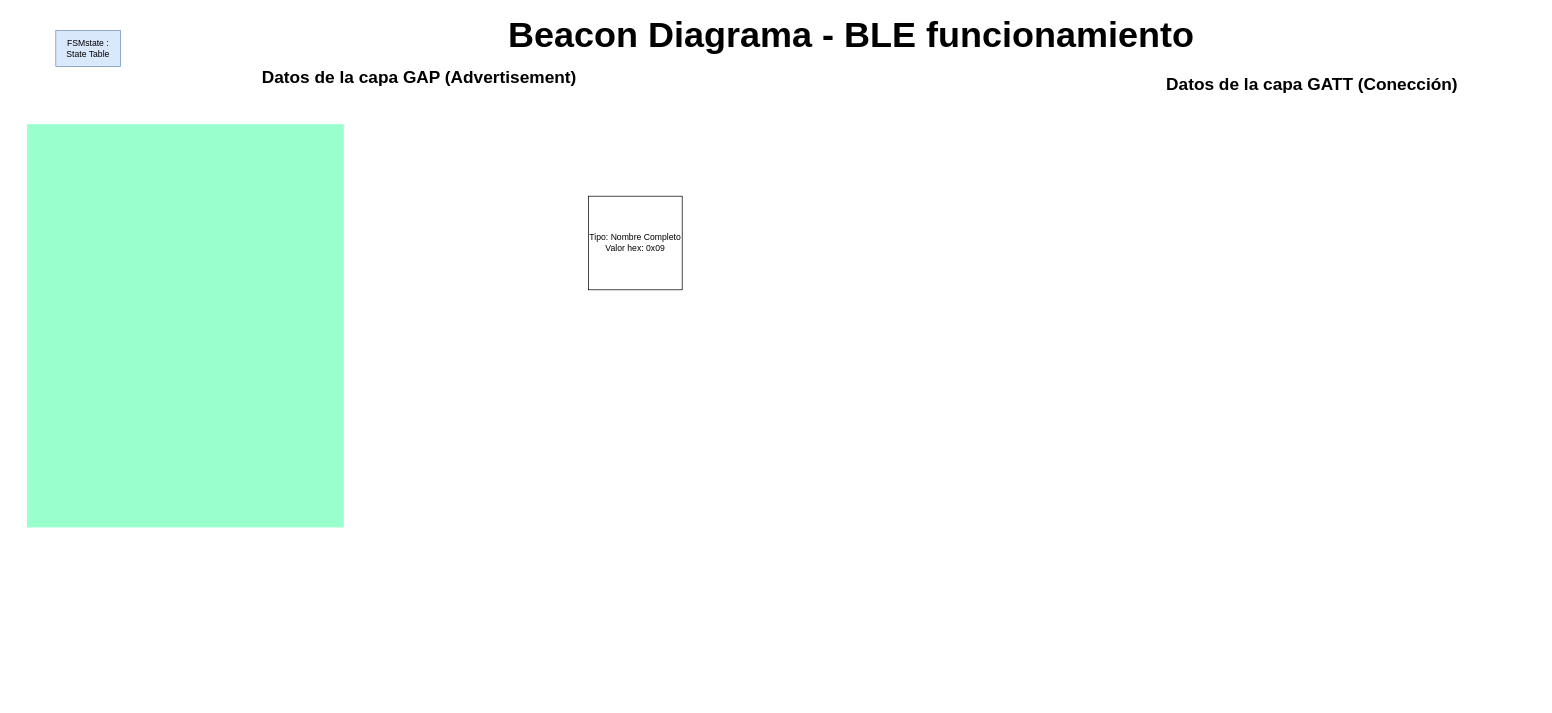
This is BLE_funcionamiento/Bloques_funcionamiento_BLE.drawio from NelsonDavila/Beacon_Diagramas, a draw.io file, before an edit. Source tidied: cells renumbered, new cells numbered last; positions are measured from the earlier drawing's top-left corner, leaving out a move shared by most shapes. Both pictures are drawn from the tidied source at 72%, with x=0, y=0 at pixel (27, 16).
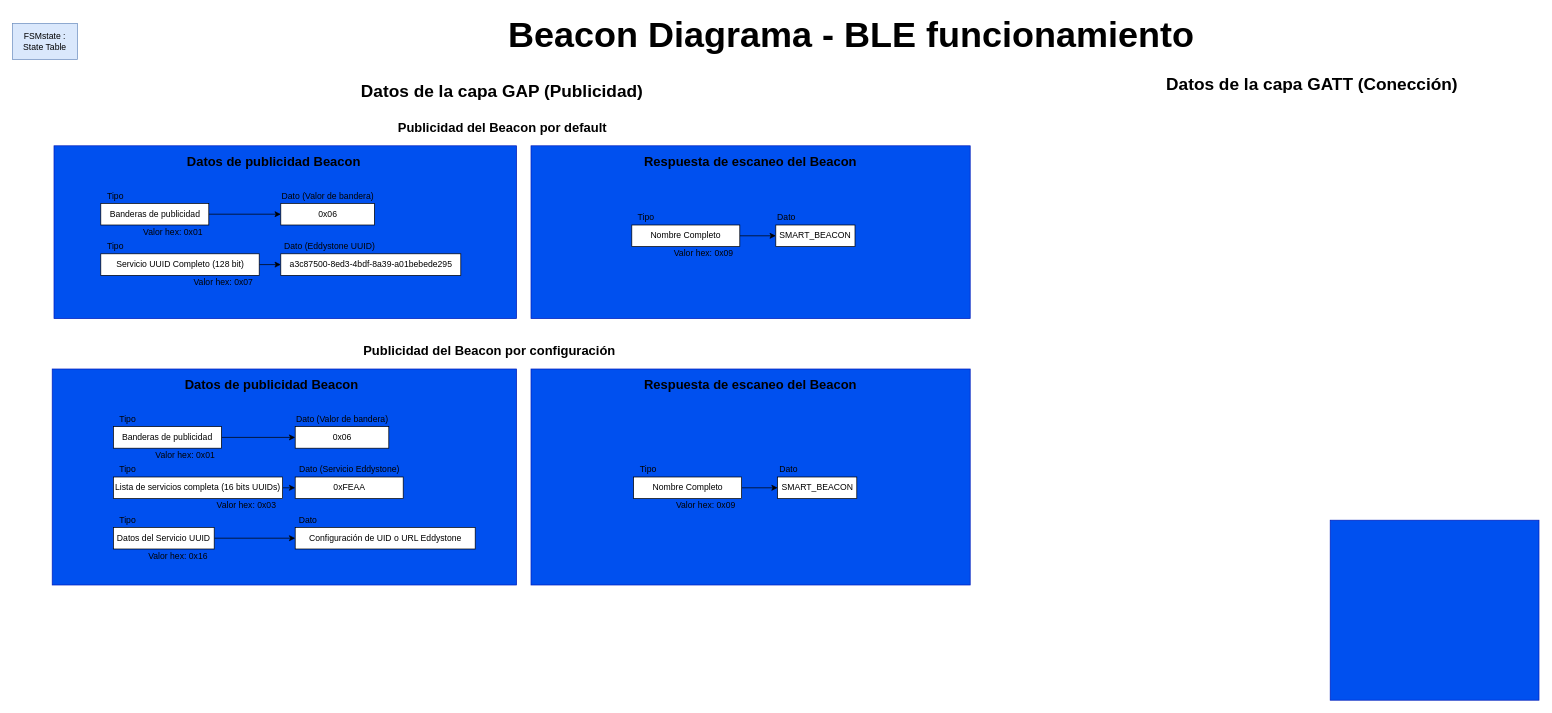
The same page after the edit.

Commit message:
Explicaion de la capa GAP en Beacon

Diff of the diagram source:
```diff
@@
+    <mxCell id="8" style="rounded=0;whiteSpace=wrap;html=1;fillColor=light-dark(#0050EF,#14273A);strokeColor=#001DBC;fontColor=#ffffff;" parent="1" vertex="1">
+      <mxGeometry x="700" y="180" width="610" height="240" as="geometry" />
+    </mxCell>
-    <mxCell id="2" style="rounded=0;whiteSpace=wrap;html=1;fillColor=#99FFCC;strokeColor=none;" parent="1" vertex="1">
-      <mxGeometry y="150" width="440" height="560" as="geometry" />
+    <mxCell id="2" style="rounded=0;whiteSpace=wrap;html=1;fillColor=light-dark(#0050EF,#14273A);strokeColor=#001DBC;fontColor=#ffffff;" parent="1" vertex="1">
+      <mxGeometry x="37.5" y="180" width="642.5" height="240" as="geometry" />
     </mxCell>
@@
     <mxCell id="4" value="FSMstate : State Table" style="rounded=0;whiteSpace=wrap;html=1;fillColor=#dae8fc;strokeColor=#6c8ebf;" parent="1" vertex="1">
-      <mxGeometry x="40" y="20" width="90" height="50" as="geometry" />
+      <mxGeometry x="-20" y="10" width="90" height="50" as="geometry" />
     </mxCell>
-    <mxCell id="5" value="&lt;font style=&quot;font-size: 24px;&quot;&gt;Datos de la capa GAP (Advertisement)&lt;/font&gt;" style="text;html=1;align=center;verticalAlign=middle;whiteSpace=wrap;rounded=0;fontSize=50;fontStyle=1;" parent="1" vertex="1">
-      <mxGeometry x="310" y="60" width="470" height="30" as="geometry" />
+    <mxCell id="5" value="&lt;font style=&quot;font-size: 24px;&quot;&gt;Datos de la capa GAP (Publicidad)&lt;/font&gt;" style="text;html=1;align=center;verticalAlign=middle;whiteSpace=wrap;rounded=0;fontSize=50;fontStyle=1;" parent="1" vertex="1">
+      <mxGeometry x="425" y="80" width="470" height="30" as="geometry" />
     </mxCell>
@@
-    <mxCell id="7" value="Tipo: Nombre Completo&lt;div&gt;Valor hex: 0x09&lt;/div&gt;" style="whiteSpace=wrap;html=1;fillColor=light-dark(#FFFFFF,#000099);" parent="1" vertex="1">
-      <mxGeometry x="780" y="250" width="130" height="130" as="geometry" />
-    </mxCell>
+    <mxCell id="9" style="edgeStyle=orthogonalEdgeStyle;rounded=0;jettySize=auto;html=1;exitX=1;exitY=0.5;exitDx=0;exitDy=0;entryX=0;entryY=0.5;entryDx=0;entryDy=0;" parent="1" edge="1" source="10" target="16">
+      <mxGeometry relative="1" as="geometry" />
+    </mxCell>
+    <mxCell id="10" value="Nombre Completo" style="rounded=0;whiteSpace=wrap;html=1;fillColor=light-dark(#FFFFFF,#000099);" parent="1" vertex="1">
+      <mxGeometry x="840" y="290" width="150" height="30" as="geometry" />
+    </mxCell>
+    <mxCell id="11" style="edgeStyle=orthogonalEdgeStyle;rounded=0;jettySize=auto;html=1;exitX=1;exitY=0.5;exitDx=0;exitDy=0;entryX=0;entryY=0.5;entryDx=0;entryDy=0;" parent="1" edge="1" source="12" target="17">
+      <mxGeometry relative="1" as="geometry" />
+    </mxCell>
+    <mxCell id="12" value="Servicio UUID Completo (128 bit)" style="rounded=0;whiteSpace=wrap;html=1;fillColor=light-dark(#FFFFFF,#000099);" parent="1" vertex="1">
+      <mxGeometry x="102.5" y="330" width="220" height="30" as="geometry" />
+    </mxCell>
+    <mxCell id="13" value="Valor hex: 0x09" style="text;html=1;whiteSpace=wrap;strokeColor=none;fillColor=none;align=center;verticalAlign=middle;rounded=0;" parent="1" vertex="1">
+      <mxGeometry x="890" y="320" width="100" height="20" as="geometry" />
+    </mxCell>
+    <mxCell id="14" value="Valor hex: 0x07" style="text;html=1;whiteSpace=wrap;strokeColor=none;fillColor=none;align=center;verticalAlign=middle;rounded=0;" parent="1" vertex="1">
+      <mxGeometry x="222.5" y="360" width="100" height="20" as="geometry" />
+    </mxCell>
+    <mxCell id="15" style="rounded=0;whiteSpace=wrap;html=1;fillColor=#0050ef;strokeColor=#001DBC;fontColor=#ffffff;" parent="1" vertex="1">
+      <mxGeometry x="1810" y="700" width="290" height="250" as="geometry" />
+    </mxCell>
+    <mxCell id="16" value="SMART_BEACON" style="rounded=0;whiteSpace=wrap;html=1;fillColor=light-dark(#FFFFFF,#000099);" parent="1" vertex="1">
+      <mxGeometry x="1040" y="290" width="110" height="30" as="geometry" />
+    </mxCell>
+    <mxCell id="17" value="a3c87500-8ed3-4bdf-8a39-a01bebede295" style="rounded=0;whiteSpace=wrap;html=1;fillColor=light-dark(#FFFFFF,#000099);" parent="1" vertex="1">
+      <mxGeometry x="352.5" y="330" width="250" height="30" as="geometry" />
+    </mxCell>
+    <mxCell id="18" value="Tipo" style="text;html=1;whiteSpace=wrap;strokeColor=none;fillColor=none;align=center;verticalAlign=middle;rounded=0;" parent="1" vertex="1">
+      <mxGeometry x="102.5" y="310" width="40" height="20" as="geometry" />
+    </mxCell>
+    <mxCell id="19" value="Dato (Eddystone UUID)" style="text;html=1;whiteSpace=wrap;strokeColor=none;fillColor=none;align=center;verticalAlign=middle;rounded=0;" parent="1" vertex="1">
+      <mxGeometry x="352.5" y="310" width="135" height="20" as="geometry" />
+    </mxCell>
+    <mxCell id="20" value="Tipo" style="text;html=1;whiteSpace=wrap;strokeColor=none;fillColor=none;align=center;verticalAlign=middle;rounded=0;" parent="1" vertex="1">
+      <mxGeometry x="840" y="270" width="40" height="20" as="geometry" />
+    </mxCell>
+    <mxCell id="21" value="Dato" style="text;html=1;whiteSpace=wrap;strokeColor=none;fillColor=none;align=center;verticalAlign=middle;rounded=0;" parent="1" vertex="1">
+      <mxGeometry x="1040" y="270" width="30" height="20" as="geometry" />
+    </mxCell>
+    <mxCell id="22" style="edgeStyle=orthogonalEdgeStyle;rounded=0;jettySize=auto;html=1;exitX=1;exitY=0.5;exitDx=0;exitDy=0;entryX=0;entryY=0.5;entryDx=0;entryDy=0;" parent="1" edge="1" source="23" target="25">
+      <mxGeometry relative="1" as="geometry" />
+    </mxCell>
+    <mxCell id="23" value="Banderas de publicidad" style="rounded=0;whiteSpace=wrap;html=1;fillColor=light-dark(#FFFFFF,#000099);" parent="1" vertex="1">
+      <mxGeometry x="102.5" y="260" width="150" height="30" as="geometry" />
+    </mxCell>
+    <mxCell id="24" value="Valor hex: 0x01" style="text;html=1;whiteSpace=wrap;strokeColor=none;fillColor=none;align=center;verticalAlign=middle;rounded=0;" parent="1" vertex="1">
+      <mxGeometry x="152.5" y="290" width="100" height="20" as="geometry" />
+    </mxCell>
+    <mxCell id="25" value="0x06" style="rounded=0;whiteSpace=wrap;html=1;fillColor=light-dark(#FFFFFF,#000099);" parent="1" vertex="1">
+      <mxGeometry x="352.5" y="260" width="130" height="30" as="geometry" />
+    </mxCell>
+    <mxCell id="26" value="Tipo" style="text;html=1;whiteSpace=wrap;strokeColor=none;fillColor=none;align=center;verticalAlign=middle;rounded=0;" parent="1" vertex="1">
+      <mxGeometry x="102.5" y="240" width="40" height="20" as="geometry" />
+    </mxCell>
+    <mxCell id="27" value="Dato (Valor de bandera)" style="text;html=1;whiteSpace=wrap;strokeColor=none;fillColor=none;align=center;verticalAlign=middle;rounded=0;" parent="1" vertex="1">
+      <mxGeometry x="352.5" y="240" width="130" height="20" as="geometry" />
+    </mxCell>
+    <mxCell id="28" value="&lt;font style=&quot;font-size: 18px;&quot;&gt;Datos de publicidad Beacon&lt;/font&gt;" style="text;html=1;align=center;verticalAlign=middle;whiteSpace=wrap;rounded=0;fontSize=50;fontStyle=1;" parent="1" vertex="1">
+      <mxGeometry x="182.5" y="180" width="320" height="20" as="geometry" />
+    </mxCell>
+    <mxCell id="29" value="&lt;font style=&quot;font-size: 18px;&quot;&gt;Respuesta de escaneo del Beacon&lt;/font&gt;" style="text;html=1;align=center;verticalAlign=middle;whiteSpace=wrap;rounded=0;fontSize=50;fontStyle=1;" parent="1" vertex="1">
+      <mxGeometry x="845" y="180" width="320" height="20" as="geometry" />
+    </mxCell>
+    <mxCell id="30" value="&lt;font style=&quot;font-size: 18px;&quot;&gt;&lt;b&gt;Publicidad del Beacon por default&lt;/b&gt;&lt;/font&gt;" style="text;html=1;whiteSpace=wrap;strokeColor=none;fillColor=none;align=center;verticalAlign=middle;rounded=0;" parent="1" vertex="1">
+      <mxGeometry x="492.5" y="140" width="335" height="30" as="geometry" />
+    </mxCell>
+    <mxCell id="31" style="rounded=0;whiteSpace=wrap;html=1;fillColor=light-dark(#0050EF,#14273A);strokeColor=#001DBC;fontColor=#ffffff;" parent="1" vertex="1">
+      <mxGeometry x="700" y="490" width="610" height="300" as="geometry" />
+    </mxCell>
+    <mxCell id="32" style="rounded=0;whiteSpace=wrap;html=1;fillColor=light-dark(#0050EF,#14273A);strokeColor=#001DBC;fontColor=#ffffff;" parent="1" vertex="1">
+      <mxGeometry x="35" y="490" width="645" height="300" as="geometry" />
+    </mxCell>
+    <mxCell id="33" style="edgeStyle=orthogonalEdgeStyle;rounded=0;jettySize=auto;html=1;exitX=1;exitY=0.5;exitDx=0;exitDy=0;entryX=0;entryY=0.5;entryDx=0;entryDy=0;" parent="1" edge="1" source="34" target="36">
+      <mxGeometry relative="1" as="geometry" />
+    </mxCell>
+    <mxCell id="34" value="Nombre Completo" style="rounded=0;whiteSpace=wrap;html=1;fillColor=light-dark(#FFFFFF,#000099);" parent="1" vertex="1">
+      <mxGeometry x="842.5" y="640" width="150" height="30" as="geometry" />
+    </mxCell>
+    <mxCell id="35" value="Valor hex: 0x09" style="text;html=1;whiteSpace=wrap;strokeColor=none;fillColor=none;align=center;verticalAlign=middle;rounded=0;" parent="1" vertex="1">
+      <mxGeometry x="892.5" y="670" width="100" height="20" as="geometry" />
+    </mxCell>
+    <mxCell id="36" value="SMART_BEACON" style="rounded=0;whiteSpace=wrap;html=1;fillColor=light-dark(#FFFFFF,#000099);" parent="1" vertex="1">
+      <mxGeometry x="1042.5" y="640" width="110" height="30" as="geometry" />
+    </mxCell>
+    <mxCell id="37" value="Tipo" style="text;html=1;whiteSpace=wrap;strokeColor=none;fillColor=none;align=center;verticalAlign=middle;rounded=0;" parent="1" vertex="1">
+      <mxGeometry x="842.5" y="620" width="40" height="20" as="geometry" />
+    </mxCell>
+    <mxCell id="38" value="Dato" style="text;html=1;whiteSpace=wrap;strokeColor=none;fillColor=none;align=center;verticalAlign=middle;rounded=0;" parent="1" vertex="1">
+      <mxGeometry x="1042.5" y="620" width="30" height="20" as="geometry" />
+    </mxCell>
+    <mxCell id="39" value="&lt;font style=&quot;font-size: 18px;&quot;&gt;Datos de publicidad Beacon&lt;/font&gt;" style="text;html=1;align=center;verticalAlign=middle;whiteSpace=wrap;rounded=0;fontSize=50;fontStyle=1;" parent="1" vertex="1">
+      <mxGeometry x="180" y="490" width="320" height="20" as="geometry" />
+    </mxCell>
+    <mxCell id="40" value="&lt;font style=&quot;font-size: 18px;&quot;&gt;Respuesta de escaneo del Beacon&lt;/font&gt;" style="text;html=1;align=center;verticalAlign=middle;whiteSpace=wrap;rounded=0;fontSize=50;fontStyle=1;" parent="1" vertex="1">
+      <mxGeometry x="845" y="490" width="320" height="20" as="geometry" />
+    </mxCell>
+    <mxCell id="41" value="&lt;font style=&quot;font-size: 18px;&quot;&gt;&lt;b&gt;Publicidad del Beacon por configuración&lt;/b&gt;&lt;/font&gt;" style="text;html=1;whiteSpace=wrap;strokeColor=none;fillColor=none;align=center;verticalAlign=middle;rounded=0;" parent="1" vertex="1">
+      <mxGeometry x="460" y="450" width="365" height="30" as="geometry" />
+    </mxCell>
+    <mxCell id="42" style="edgeStyle=orthogonalEdgeStyle;rounded=0;jettySize=auto;html=1;exitX=1;exitY=0.5;exitDx=0;exitDy=0;entryX=0;entryY=0.5;entryDx=0;entryDy=0;" parent="1" edge="1" source="43" target="45">
+      <mxGeometry relative="1" as="geometry" />
+    </mxCell>
+    <mxCell id="43" value="Datos del Servicio UUID" style="rounded=0;whiteSpace=wrap;html=1;fillColor=light-dark(#FFFFFF,#000099);" parent="1" vertex="1">
+      <mxGeometry x="120" y="710" width="140" height="30" as="geometry" />
+    </mxCell>
+    <mxCell id="44" value="Valor hex: 0x16" style="text;html=1;whiteSpace=wrap;strokeColor=none;fillColor=none;align=center;verticalAlign=middle;rounded=0;" parent="1" vertex="1">
+      <mxGeometry x="160" y="740" width="100" height="20" as="geometry" />
+    </mxCell>
+    <mxCell id="45" value="Configuración de UID o URL Eddystone" style="rounded=0;whiteSpace=wrap;html=1;fillColor=light-dark(#FFFFFF,#000099);" parent="1" vertex="1">
+      <mxGeometry x="372.5" y="710" width="250" height="30" as="geometry" />
+    </mxCell>
+    <mxCell id="46" value="Tipo" style="text;html=1;whiteSpace=wrap;strokeColor=none;fillColor=none;align=center;verticalAlign=middle;rounded=0;" parent="1" vertex="1">
+      <mxGeometry x="120" y="690" width="40" height="20" as="geometry" />
+    </mxCell>
+    <mxCell id="47" value="Dato" style="text;html=1;whiteSpace=wrap;strokeColor=none;fillColor=none;align=center;verticalAlign=middle;rounded=0;" parent="1" vertex="1">
+      <mxGeometry x="372.5" y="690" width="35" height="20" as="geometry" />
+    </mxCell>
+    <mxCell id="48" style="edgeStyle=orthogonalEdgeStyle;rounded=0;jettySize=auto;html=1;exitX=1;exitY=0.5;exitDx=0;exitDy=0;entryX=0;entryY=0.5;entryDx=0;entryDy=0;" parent="1" edge="1" source="49" target="51">
+      <mxGeometry relative="1" as="geometry" />
+    </mxCell>
+    <mxCell id="49" value="Lista de servicios completa (16 bits UUIDs)" style="rounded=0;whiteSpace=wrap;html=1;fillColor=light-dark(#FFFFFF,#000099);" parent="1" vertex="1">
+      <mxGeometry x="120" y="640" width="235" height="30" as="geometry" />
+    </mxCell>
+    <mxCell id="50" value="Valor hex: 0x03" style="text;html=1;whiteSpace=wrap;strokeColor=none;fillColor=none;align=center;verticalAlign=middle;rounded=0;" parent="1" vertex="1">
+      <mxGeometry x="255" y="670" width="100" height="20" as="geometry" />
+    </mxCell>
+    <mxCell id="51" value="0xFEAA" style="rounded=0;whiteSpace=wrap;html=1;fillColor=light-dark(#FFFFFF,#000099);" parent="1" vertex="1">
+      <mxGeometry x="372.5" y="640" width="150" height="30" as="geometry" />
+    </mxCell>
+    <mxCell id="52" value="Tipo" style="text;html=1;whiteSpace=wrap;strokeColor=none;fillColor=none;align=center;verticalAlign=middle;rounded=0;" parent="1" vertex="1">
+      <mxGeometry x="120" y="620" width="40" height="20" as="geometry" />
+    </mxCell>
+    <mxCell id="53" value="Dato (Servicio Eddystone)" style="text;html=1;whiteSpace=wrap;strokeColor=none;fillColor=none;align=center;verticalAlign=middle;rounded=0;" parent="1" vertex="1">
+      <mxGeometry x="372.5" y="620" width="150" height="20" as="geometry" />
+    </mxCell>
+    <mxCell id="54" style="edgeStyle=orthogonalEdgeStyle;rounded=0;jettySize=auto;html=1;exitX=1;exitY=0.5;exitDx=0;exitDy=0;entryX=0;entryY=0.5;entryDx=0;entryDy=0;" parent="1" edge="1" source="55" target="57">
+      <mxGeometry relative="1" as="geometry" />
+    </mxCell>
+    <mxCell id="55" value="Banderas de publicidad" style="rounded=0;whiteSpace=wrap;html=1;fillColor=light-dark(#FFFFFF,#000099);" parent="1" vertex="1">
+      <mxGeometry x="120" y="570" width="150" height="30" as="geometry" />
+    </mxCell>
+    <mxCell id="56" value="Valor hex: 0x01" style="text;html=1;whiteSpace=wrap;strokeColor=none;fillColor=none;align=center;verticalAlign=middle;rounded=0;" parent="1" vertex="1">
+      <mxGeometry x="170" y="600" width="100" height="20" as="geometry" />
+    </mxCell>
+    <mxCell id="57" value="0x06" style="rounded=0;whiteSpace=wrap;html=1;fillColor=light-dark(#FFFFFF,#000099);" parent="1" vertex="1">
+      <mxGeometry x="372.5" y="570" width="130" height="30" as="geometry" />
+    </mxCell>
+    <mxCell id="58" value="Tipo" style="text;html=1;whiteSpace=wrap;strokeColor=none;fillColor=none;align=center;verticalAlign=middle;rounded=0;" parent="1" vertex="1">
+      <mxGeometry x="120" y="550" width="40" height="20" as="geometry" />
+    </mxCell>
+    <mxCell id="59" value="Dato (Valor de bandera)" style="text;html=1;whiteSpace=wrap;strokeColor=none;fillColor=none;align=center;verticalAlign=middle;rounded=0;" parent="1" vertex="1">
+      <mxGeometry x="372.5" y="550" width="130" height="20" as="geometry" />
+    </mxCell>
```
